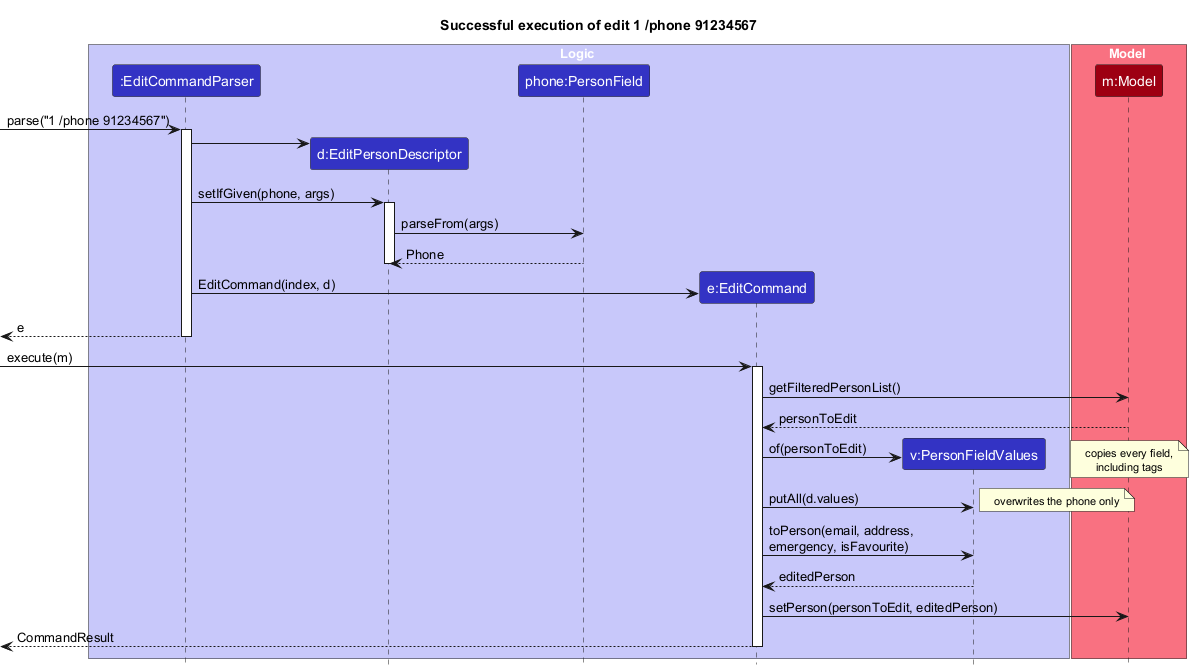
AY2627S1-CS2103T-F10-1/tp keeps this PlantUML diagram as docs/images/EditSequenceDiagram.png. Above is the earlier version.
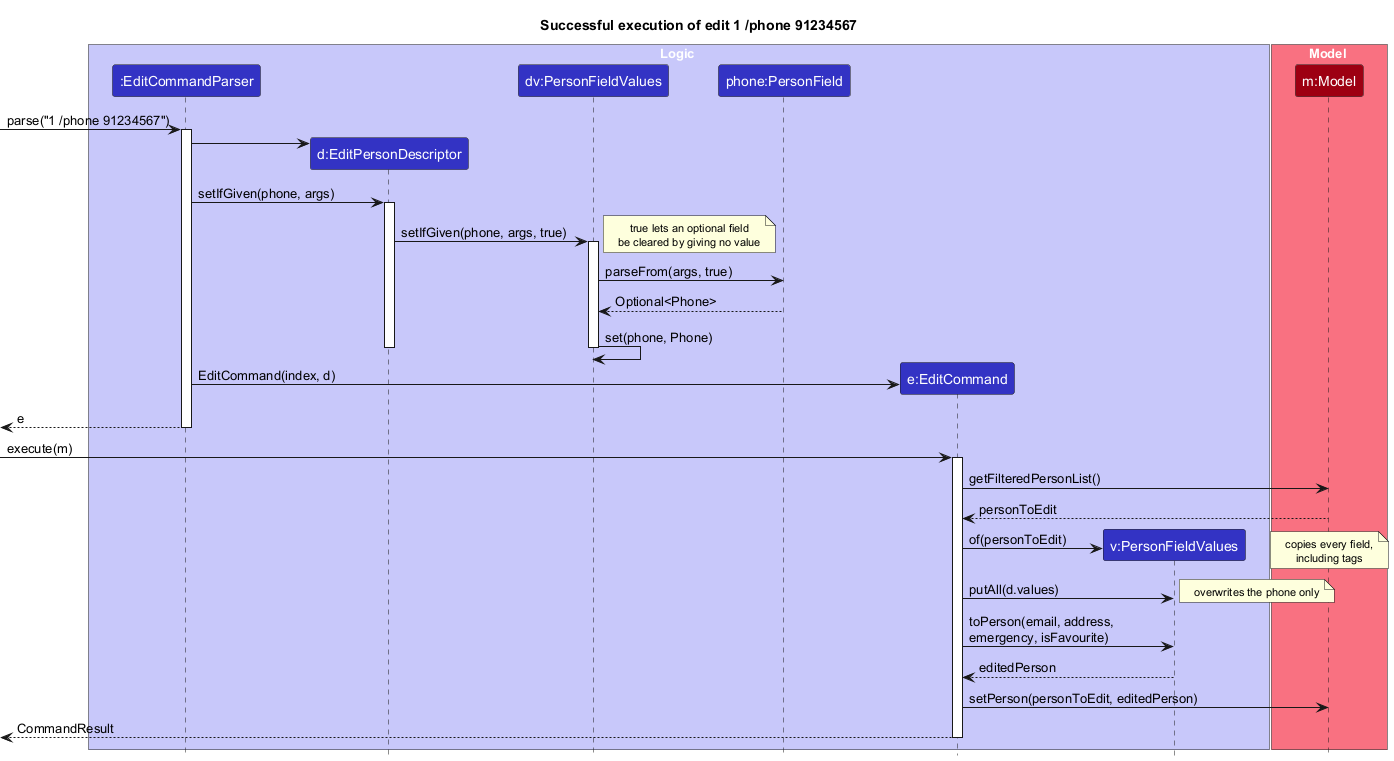
After the change.

Commit message:
Show person field values

Diff of the diagram source:
```diff
@@ -9,6 +9,7 @@
 box Logic LOGIC_COLOR_T1
 participant ":EditCommandParser" as EditCommandParser LOGIC_COLOR
 participant "d:EditPersonDescriptor" as EditPersonDescriptor LOGIC_COLOR
+participant "dv:PersonFieldValues" as DescriptorValues LOGIC_COLOR
 participant "phone:PersonField" as PersonField LOGIC_COLOR
 participant "e:EditCommand" as EditCommand LOGIC_COLOR
 participant "v:PersonFieldValues" as PersonFieldValues LOGIC_COLOR
@@ -25,8 +26,13 @@
 EditCommandParser -> EditPersonDescriptor
 EditCommandParser -> EditPersonDescriptor : setIfGiven(phone, args)
 activate EditPersonDescriptor
-EditPersonDescriptor -> PersonField : parseFrom(args)
-PersonField --> EditPersonDescriptor : Phone
+EditPersonDescriptor -> DescriptorValues : setIfGiven(phone, args, true)
+note right: true lets an optional field\nbe cleared by giving no value
+activate DescriptorValues
+DescriptorValues -> PersonField : parseFrom(args, true)
+PersonField --> DescriptorValues : Optional<Phone>
+DescriptorValues -> DescriptorValues : set(phone, Phone)
+deactivate DescriptorValues
 deactivate EditPersonDescriptor
 
 create EditCommand
```
